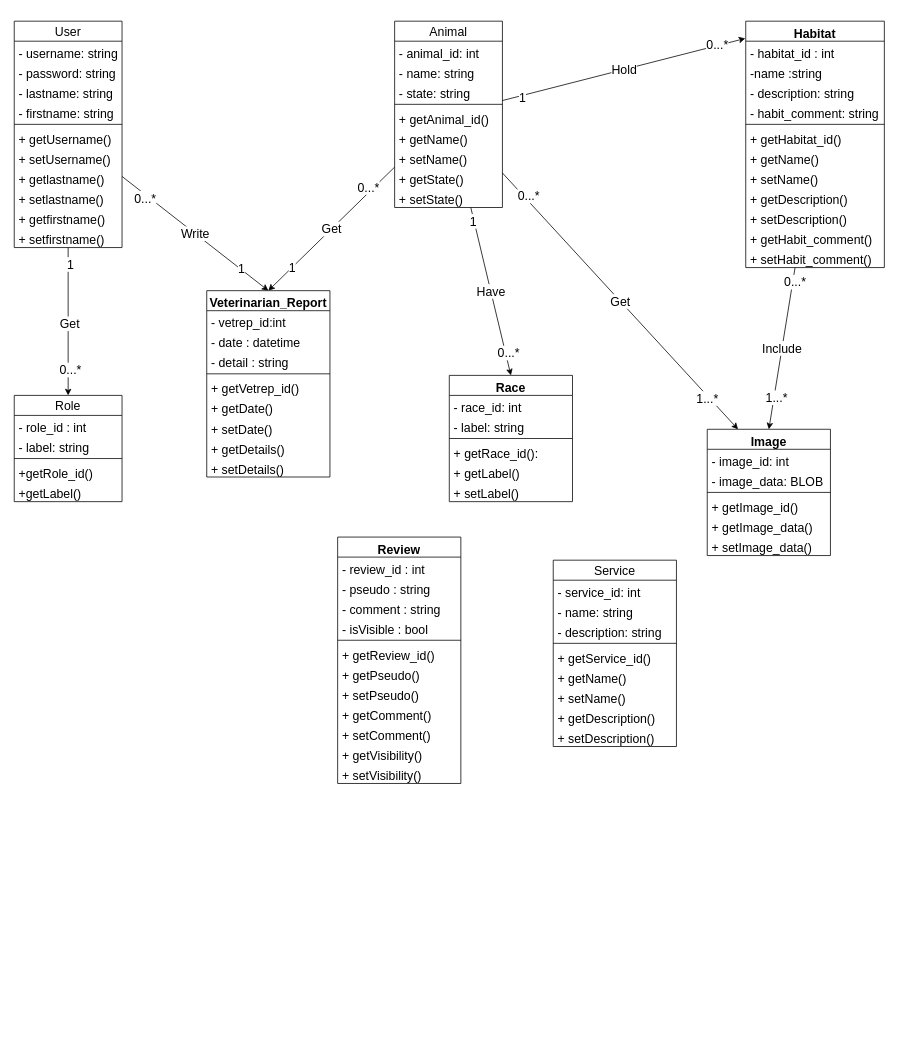
Abdelilah611/my-zoo-web-app keeps this draw.io diagram as .docs/UML/class_diagram.drawio. Above is the earlier version. Source tidied: cells renumbered, new cells numbered last; positions are measured from the earlier drawing's top-left corner, leaving out a move shared by most shapes. Both pictures are drawn from the tidied source at 77%, with x=0, y=0 at pixel (14, 21).
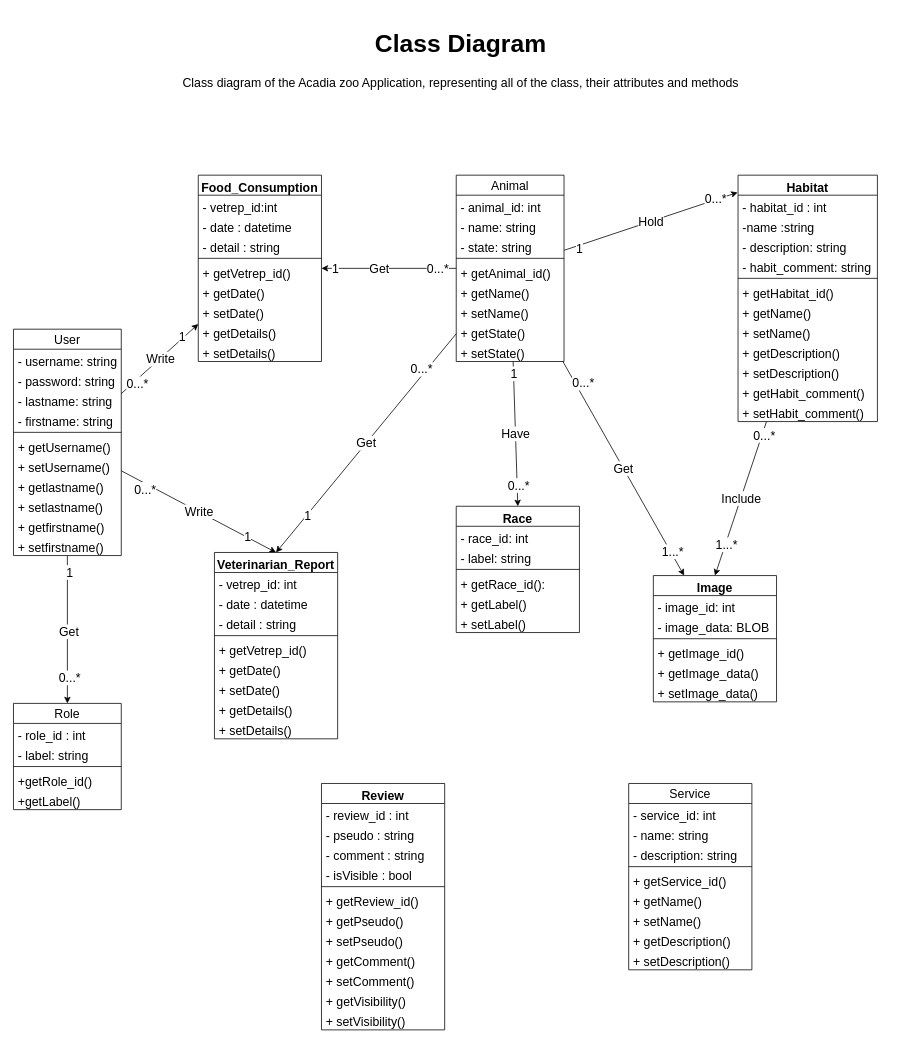
The same diagram, later.

Commit message:
👌 IMPROVE: Added Food Consumption Class to Class diagram

Diff of the diagram source:
```diff
@@
     <mxCell id="9" value="User" style="swimlane;fontStyle=0;horizontal=1;startSize=26;fillColor=none;fontSize=16;" parent="1" vertex="1">
-      <mxGeometry width="140" height="294" as="geometry" />
+      <mxGeometry x="-1" y="400" width="140" height="294" as="geometry" />
     </mxCell>
@@
     <mxCell id="21" value="Role" style="swimlane;fontStyle=0;horizontal=1;startSize=26;fillColor=none;fontSize=16;" parent="1" vertex="1">
-      <mxGeometry y="486" width="140" height="138" as="geometry" />
+      <mxGeometry x="-1" y="886" width="140" height="138" as="geometry" />
     </mxCell>
@@
     <mxCell id="27" value="Service" style="swimlane;fontStyle=0;horizontal=1;startSize=26;fillColor=none;fontSize=16;" parent="1" vertex="1">
-      <mxGeometry x="700" y="700" width="160" height="242" as="geometry" />
+      <mxGeometry x="798" y="990" width="160" height="242" as="geometry" />
     </mxCell>
@@
     <mxCell id="49" value="Animal" style="swimlane;fontStyle=0;horizontal=1;startSize=26;fillColor=none;fontSize=16;" parent="1" vertex="1">
-      <mxGeometry x="494" width="140" height="242" as="geometry" />
+      <mxGeometry x="574" y="200" width="140" height="242" as="geometry" />
     </mxCell>
@@
     <mxCell id="59" value="Veterinarian_Report" style="swimlane;fontStyle=1;align=center;verticalAlign=top;horizontal=1;startSize=26;fontSize=16;" parent="1" vertex="1">
-      <mxGeometry x="250" y="350" width="160" height="242" as="geometry" />
+      <mxGeometry x="260" y="690" width="160" height="242" as="geometry" />
     </mxCell>
-    <mxCell id="60" value="- vetrep_id:int" style="text;strokeColor=none;fillColor=none;align=left;verticalAlign=top;spacingLeft=4;spacingRight=4;overflow=hidden;fontSize=16;" parent="59" vertex="1">
+    <mxCell id="60" value="- vetrep_id: int" style="text;strokeColor=none;fillColor=none;align=left;verticalAlign=top;spacingLeft=4;spacingRight=4;overflow=hidden;fontSize=16;" parent="59" vertex="1">
       <mxGeometry y="26" width="160" height="26" as="geometry" />
     </mxCell>
@@
     <mxCell id="69" value="Race" style="swimlane;fontStyle=1;align=center;verticalAlign=top;horizontal=1;startSize=26;fontSize=16;" parent="1" vertex="1">
-      <mxGeometry x="565" y="460" width="160" height="164" as="geometry" />
+      <mxGeometry x="574" y="630" width="160" height="164" as="geometry" />
     </mxCell>
@@
     <mxCell id="79" value="Habitat" style="swimlane;fontStyle=1;align=center;verticalAlign=top;horizontal=1;startSize=26;fontSize=16;" parent="1" vertex="1">
-      <mxGeometry x="950" width="180" height="320" as="geometry" />
+      <mxGeometry x="940" y="200" width="181" height="320" as="geometry" />
     </mxCell>
     <mxCell id="80" value="- habitat_id : int" style="text;strokeColor=none;fillColor=none;align=left;verticalAlign=top;spacingLeft=4;spacingRight=4;overflow=hidden;fontSize=16;" parent="79" vertex="1">
-      <mxGeometry y="26" width="180" height="26" as="geometry" />
+      <mxGeometry y="26" width="181" height="26" as="geometry" />
     </mxCell>
     <mxCell id="81" value="-name :string" style="text;strokeColor=none;fillColor=none;align=left;verticalAlign=top;spacingLeft=4;spacingRight=4;overflow=hidden;fontSize=16;" parent="79" vertex="1">
-      <mxGeometry y="52" width="180" height="26" as="geometry" />
+      <mxGeometry y="52" width="181" height="26" as="geometry" />
     </mxCell>
     <mxCell id="82" value="- description: string" style="text;strokeColor=none;fillColor=none;align=left;verticalAlign=top;spacingLeft=4;spacingRight=4;overflow=hidden;fontSize=16;" parent="79" vertex="1">
-      <mxGeometry y="78" width="180" height="26" as="geometry" />
+      <mxGeometry y="78" width="181" height="26" as="geometry" />
     </mxCell>
     <mxCell id="83" value="- habit_comment: string" style="text;strokeColor=none;fillColor=none;align=left;verticalAlign=top;spacingLeft=4;spacingRight=4;overflow=hidden;fontSize=16;" parent="79" vertex="1">
-      <mxGeometry y="104" width="180" height="26" as="geometry" />
+      <mxGeometry y="104" width="181" height="26" as="geometry" />
     </mxCell>
     <mxCell id="84" style="line;strokeWidth=1;fillColor=none;align=left;verticalAlign=middle;spacingTop=-1;spacingLeft=3;spacingRight=3;labelPosition=right;strokeColor=inherit;fontSize=16;" parent="79" vertex="1">
-      <mxGeometry y="130" width="180" height="8" as="geometry" />
+      <mxGeometry y="130" width="181" height="8" as="geometry" />
     </mxCell>
     <mxCell id="85" value="+ getHabitat_id()" style="text;strokeColor=none;fillColor=none;align=left;verticalAlign=top;spacingLeft=4;spacingRight=4;overflow=hidden;fontSize=16;" parent="79" vertex="1">
-      <mxGeometry y="138" width="180" height="26" as="geometry" />
+      <mxGeometry y="138" width="181" height="26" as="geometry" />
     </mxCell>
     <mxCell id="86" value="+ getName()" style="text;strokeColor=none;fillColor=none;align=left;verticalAlign=top;spacingLeft=4;spacingRight=4;overflow=hidden;fontSize=16;" parent="79" vertex="1">
-      <mxGeometry y="164" width="180" height="26" as="geometry" />
+      <mxGeometry y="164" width="181" height="26" as="geometry" />
     </mxCell>
     <mxCell id="87" value="+ setName()" style="text;strokeColor=none;fillColor=none;align=left;verticalAlign=top;spacingLeft=4;spacingRight=4;overflow=hidden;fontSize=16;" parent="79" vertex="1">
-      <mxGeometry y="190" width="180" height="26" as="geometry" />
+      <mxGeometry y="190" width="181" height="26" as="geometry" />
     </mxCell>
     <mxCell id="88" value="+ getDescription()" style="text;strokeColor=none;fillColor=none;align=left;verticalAlign=top;spacingLeft=4;spacingRight=4;overflow=hidden;fontSize=16;" parent="79" vertex="1">
-      <mxGeometry y="216" width="180" height="26" as="geometry" />
+      <mxGeometry y="216" width="181" height="26" as="geometry" />
     </mxCell>
     <mxCell id="89" value="+ setDescription()" style="text;strokeColor=none;fillColor=none;align=left;verticalAlign=top;spacingLeft=4;spacingRight=4;overflow=hidden;fontSize=16;" parent="79" vertex="1">
-      <mxGeometry y="242" width="180" height="26" as="geometry" />
+      <mxGeometry y="242" width="181" height="26" as="geometry" />
     </mxCell>
     <mxCell id="90" value="+ getHabit_comment()" style="text;strokeColor=none;fillColor=none;align=left;verticalAlign=top;spacingLeft=4;spacingRight=4;overflow=hidden;fontSize=16;" parent="79" vertex="1">
-      <mxGeometry y="268" width="180" height="26" as="geometry" />
+      <mxGeometry y="268" width="181" height="26" as="geometry" />
     </mxCell>
     <mxCell id="91" value="+ setHabit_comment()" style="text;strokeColor=none;fillColor=none;align=left;verticalAlign=top;spacingLeft=4;spacingRight=4;overflow=hidden;fontSize=16;" parent="79" vertex="1">
-      <mxGeometry y="294" width="180" height="26" as="geometry" />
+      <mxGeometry y="294" width="181" height="26" as="geometry" />
     </mxCell>
     <mxCell id="92" value="Image" style="swimlane;fontStyle=1;align=center;verticalAlign=top;horizontal=1;startSize=26;fontSize=16;" parent="1" vertex="1">
-      <mxGeometry x="900" y="530" width="160" height="164" as="geometry" />
+      <mxGeometry x="830" y="720" width="160" height="164" as="geometry" />
     </mxCell>
@@
     <mxCell id="99" value="Review" style="swimlane;fontStyle=1;align=center;verticalAlign=top;horizontal=1;startSize=26;fontSize=16;" parent="1" vertex="1">
-      <mxGeometry x="420" y="670" width="160" height="320" as="geometry" />
+      <mxGeometry x="399" y="990" width="160" height="320" as="geometry" />
     </mxCell>
@@
+    <mxCell id="112" value="&lt;font style=&quot;font-size: 16px;&quot;&gt;Get&lt;/font&gt;" style="edgeStyle=none;html=1;endArrow=none;endFill=0;startArrow=classic;startFill=1;" parent="1" edge="1" source="115" target="49">
+      <mxGeometry x="-0.14" relative="1" as="geometry" />
+    </mxCell>
+    <mxCell id="113" value="1" style="edgeLabel;html=1;align=center;verticalAlign=middle;fontSize=16;" parent="112" vertex="1">
+      <mxGeometry x="-0.81" relative="1" as="geometry" />
+    </mxCell>
+    <mxCell id="114" value="0...*" style="edgeLabel;html=1;align=center;verticalAlign=middle;fontSize=16;" parent="112" vertex="1">
+      <mxGeometry x="0.71" y="1" relative="1" as="geometry" />
+    </mxCell>
+    <mxCell id="115" value="Food_Consumption" style="swimlane;fontStyle=1;align=center;verticalAlign=top;horizontal=1;startSize=26;fontSize=16;" parent="1" vertex="1">
+      <mxGeometry x="239" y="200" width="160" height="242" as="geometry" />
+    </mxCell>
+    <mxCell id="116" value="- vetrep_id:int" style="text;strokeColor=none;fillColor=none;align=left;verticalAlign=top;spacingLeft=4;spacingRight=4;overflow=hidden;fontSize=16;" parent="115" vertex="1">
+      <mxGeometry y="26" width="160" height="26" as="geometry" />
+    </mxCell>
+    <mxCell id="117" value="- date : datetime" style="text;strokeColor=none;fillColor=none;align=left;verticalAlign=top;spacingLeft=4;spacingRight=4;overflow=hidden;fontSize=16;" parent="115" vertex="1">
+      <mxGeometry y="52" width="160" height="26" as="geometry" />
+    </mxCell>
+    <mxCell id="118" value="- detail : string" style="text;strokeColor=none;fillColor=none;align=left;verticalAlign=top;spacingLeft=4;spacingRight=4;overflow=hidden;fontSize=16;" parent="115" vertex="1">
+      <mxGeometry y="78" width="160" height="26" as="geometry" />
+    </mxCell>
+    <mxCell id="119" style="line;strokeWidth=1;fillColor=none;align=left;verticalAlign=middle;spacingTop=-1;spacingLeft=3;spacingRight=3;labelPosition=right;strokeColor=inherit;fontSize=16;" parent="115" vertex="1">
+      <mxGeometry y="104" width="160" height="8" as="geometry" />
+    </mxCell>
+    <mxCell id="120" value="+ getVetrep_id()" style="text;strokeColor=none;fillColor=none;align=left;verticalAlign=top;spacingLeft=4;spacingRight=4;overflow=hidden;fontSize=16;" parent="115" vertex="1">
+      <mxGeometry y="112" width="160" height="26" as="geometry" />
+    </mxCell>
+    <mxCell id="121" value="+ getDate()" style="text;strokeColor=none;fillColor=none;align=left;verticalAlign=top;spacingLeft=4;spacingRight=4;overflow=hidden;fontSize=16;" parent="115" vertex="1">
+      <mxGeometry y="138" width="160" height="26" as="geometry" />
+    </mxCell>
+    <mxCell id="122" value="+ setDate()" style="text;strokeColor=none;fillColor=none;align=left;verticalAlign=top;spacingLeft=4;spacingRight=4;overflow=hidden;fontSize=16;" parent="115" vertex="1">
+      <mxGeometry y="164" width="160" height="26" as="geometry" />
+    </mxCell>
+    <mxCell id="123" value="+ getDetails()" style="text;strokeColor=none;fillColor=none;align=left;verticalAlign=top;spacingLeft=4;spacingRight=4;overflow=hidden;fontSize=16;" parent="115" vertex="1">
+      <mxGeometry y="190" width="160" height="26" as="geometry" />
+    </mxCell>
+    <mxCell id="124" value="+ setDetails()" style="text;strokeColor=none;fillColor=none;align=left;verticalAlign=top;spacingLeft=4;spacingRight=4;overflow=hidden;fontSize=16;" parent="115" vertex="1">
+      <mxGeometry y="216" width="160" height="26" as="geometry" />
+    </mxCell>
+    <mxCell id="125" style="edgeStyle=none;html=1;" parent="1" edge="1" source="9" target="115">
+      <mxGeometry relative="1" as="geometry" />
+    </mxCell>
+    <mxCell id="126" value="&lt;font style=&quot;font-size: 16px;&quot;&gt;Write&lt;/font&gt;" style="edgeLabel;html=1;align=center;verticalAlign=middle;" parent="125" vertex="1">
+      <mxGeometry x="-0.05" y="-1" relative="1" as="geometry">
+        <mxPoint x="2" y="-3" as="offset" />
+      </mxGeometry>
+    </mxCell>
+    <mxCell id="127" value="0...*" style="edgeLabel;html=1;align=center;verticalAlign=middle;fontSize=16;" parent="1" vertex="1">
+      <mxGeometry x="159" y="470" as="geometry" />
+    </mxCell>
+    <mxCell id="128" value="1" style="edgeLabel;html=1;align=center;verticalAlign=middle;fontSize=16;" parent="1" vertex="1">
+      <mxGeometry x="219" y="410" as="geometry">
+        <mxPoint x="-2" y="-1" as="offset" />
+      </mxGeometry>
+    </mxCell>
+    <mxCell id="129" value="&lt;h1&gt;Class Diagram&lt;/h1&gt;&lt;p&gt;Class diagram of the Acadia zoo Application, representing all of the class, their attributes and methods&lt;/p&gt;" style="text;html=1;strokeColor=none;fillColor=none;spacing=5;spacingTop=-20;whiteSpace=wrap;overflow=hidden;rounded=0;fontSize=16;align=center;" parent="1" vertex="1">
+      <mxGeometry x="60" width="1040" height="120" as="geometry" />
+    </mxCell>
```
